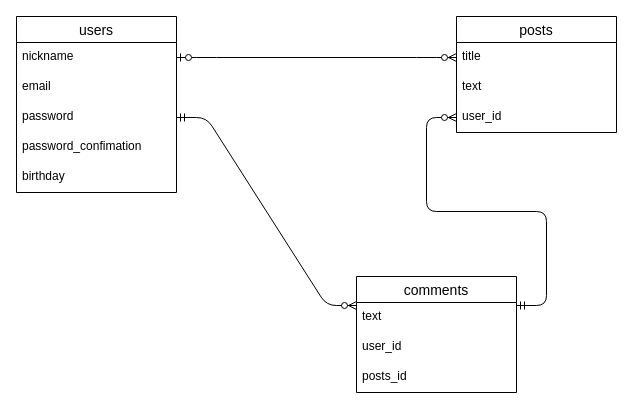
The draw.io diagram proto.dio in yamamoto-makoto2020/proto-up, before the edit. Source tidied: cells renumbered, new cells numbered last; positions are measured from the earlier drawing's top-left corner, leaving out a move shared by most shapes. Both pictures are drawn from the tidied source at 100%, with x=0, y=0 at pixel (16, 16).
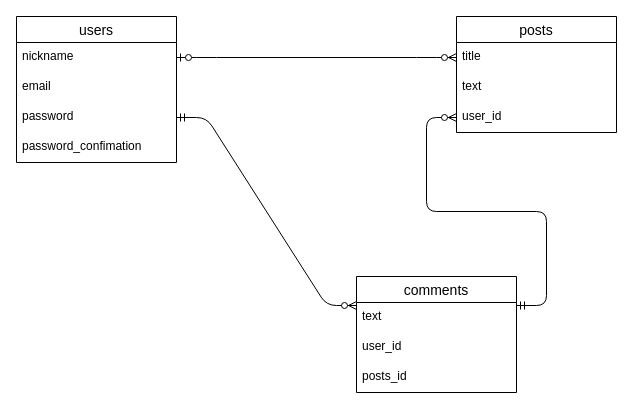
After the change.

Diff of the diagram source:
```diff
@@
 <mxGraphModel>
   <root>
     <mxCell id="0" />
     <mxCell id="1" parent="0" />
     <mxCell id="2" value="users" style="swimlane;fontStyle=0;horizontal=1;startSize=26;align=center;fontSize=14;" parent="1" vertex="1">
-      <mxGeometry width="160" height="176" as="geometry" />
+      <mxGeometry width="160" height="146" as="geometry" />
     </mxCell>
     <mxCell id="3" value="nickname" style="text;strokeColor=none;fillColor=none;spacingLeft=4;spacingRight=4;overflow=hidden;points=[[0,0.5],[1,0.5]];portConstraint=eastwest;fontSize=12;" parent="2" vertex="1">
       <mxGeometry y="26" width="160" height="30" as="geometry" />
     </mxCell>
     <mxCell id="4" value="email" style="text;strokeColor=none;fillColor=none;spacingLeft=4;spacingRight=4;overflow=hidden;fontSize=12;" parent="2" vertex="1">
       <mxGeometry y="56" width="160" height="30" as="geometry" />
     </mxCell>
     <mxCell id="5" value="password" style="text;strokeColor=none;fillColor=none;spacingLeft=4;spacingRight=4;overflow=hidden;points=[[0,0.5],[1,0.5]];portConstraint=eastwest;fontSize=12;" parent="2" vertex="1">
       <mxGeometry y="86" width="160" height="30" as="geometry" />
     </mxCell>
     <mxCell id="6" value="password_confimation" style="text;strokeColor=none;fillColor=none;spacingLeft=4;spacingRight=4;overflow=hidden;fontSize=12;" parent="2" vertex="1">
       <mxGeometry y="116" width="160" height="30" as="geometry" />
     </mxCell>
-    <mxCell id="7" value="birthday" style="text;strokeColor=none;fillColor=none;spacingLeft=4;spacingRight=4;overflow=hidden;fontSize=12;" parent="2" vertex="1">
-      <mxGeometry y="146" width="160" height="30" as="geometry" />
-    </mxCell>
     <mxCell id="8" value="posts" style="swimlane;fontStyle=0;horizontal=1;startSize=26;align=center;fontSize=14;" parent="1" vertex="1">
       <mxGeometry x="440" width="160" height="116" as="geometry" />
     </mxCell>
     <mxCell id="9" value="title" style="text;strokeColor=none;fillColor=none;spacingLeft=4;spacingRight=4;overflow=hidden;points=[[0,0.5],[1,0.5]];portConstraint=eastwest;fontSize=12;" parent="8" vertex="1">
       <mxGeometry y="26" width="160" height="30" as="geometry" />
     </mxCell>
     <mxCell id="10" value="text" style="text;strokeColor=none;fillColor=none;spacingLeft=4;spacingRight=4;overflow=hidden;fontSize=12;" parent="8" vertex="1">
       <mxGeometry y="56" width="160" height="30" as="geometry" />
     </mxCell>
     <mxCell id="11" value="user_id" style="text;strokeColor=none;fillColor=none;spacingLeft=4;spacingRight=4;overflow=hidden;fontSize=12;" parent="8" vertex="1">
       <mxGeometry y="86" width="160" height="30" as="geometry" />
     </mxCell>
     <mxCell id="12" style="edgeStyle=entityRelationEdgeStyle;fontSize=12;html=1;endArrow=ERzeroToMany;startArrow=ERzeroToOne;exitX=1;exitY=0.5;exitDx=0;exitDy=0;entryX=0;entryY=0.5;entryDx=0;entryDy=0;" parent="1" edge="1" source="3" target="9">
       <mxGeometry relative="1" as="geometry" />
     </mxCell>
     <mxCell id="13" style="edgeStyle=entityRelationEdgeStyle;fontSize=12;html=1;endArrow=ERzeroToMany;startArrow=ERmandOne;exitX=1;exitY=0.25;exitDx=0;exitDy=0;entryX=0;entryY=0.5;entryDx=0;entryDy=0;" parent="1" edge="1" source="14">
       <mxGeometry relative="1" as="geometry">
         <mxPoint x="440" y="101" as="targetPoint" />
       </mxGeometry>
     </mxCell>
     <mxCell id="14" value="comments" style="swimlane;fontStyle=0;horizontal=1;startSize=26;align=center;fontSize=14;" parent="1" vertex="1">
       <mxGeometry x="340" y="260" width="160" height="116" as="geometry" />
     </mxCell>
     <mxCell id="15" value="text" style="text;strokeColor=none;fillColor=none;spacingLeft=4;spacingRight=4;overflow=hidden;fontSize=12;" parent="14" vertex="1">
       <mxGeometry y="26" width="160" height="30" as="geometry" />
     </mxCell>
     <mxCell id="16" value="user_id" style="text;strokeColor=none;fillColor=none;spacingLeft=4;spacingRight=4;overflow=hidden;fontSize=12;" parent="14" vertex="1">
       <mxGeometry y="56" width="160" height="30" as="geometry" />
     </mxCell>
     <mxCell id="17" value="posts_id" style="text;strokeColor=none;fillColor=none;spacingLeft=4;spacingRight=4;overflow=hidden;fontSize=12;" parent="14" vertex="1">
       <mxGeometry y="86" width="160" height="30" as="geometry" />
     </mxCell>
     <mxCell id="18" style="edgeStyle=entityRelationEdgeStyle;fontSize=12;html=1;endArrow=ERzeroToMany;startArrow=ERmandOne;exitX=1;exitY=0.5;exitDx=0;exitDy=0;entryX=0;entryY=0.25;entryDx=0;entryDy=0;" parent="1" edge="1" source="5" target="14">
       <mxGeometry relative="1" as="geometry" />
     </mxCell>
   </root>
 </mxGraphModel>
```
